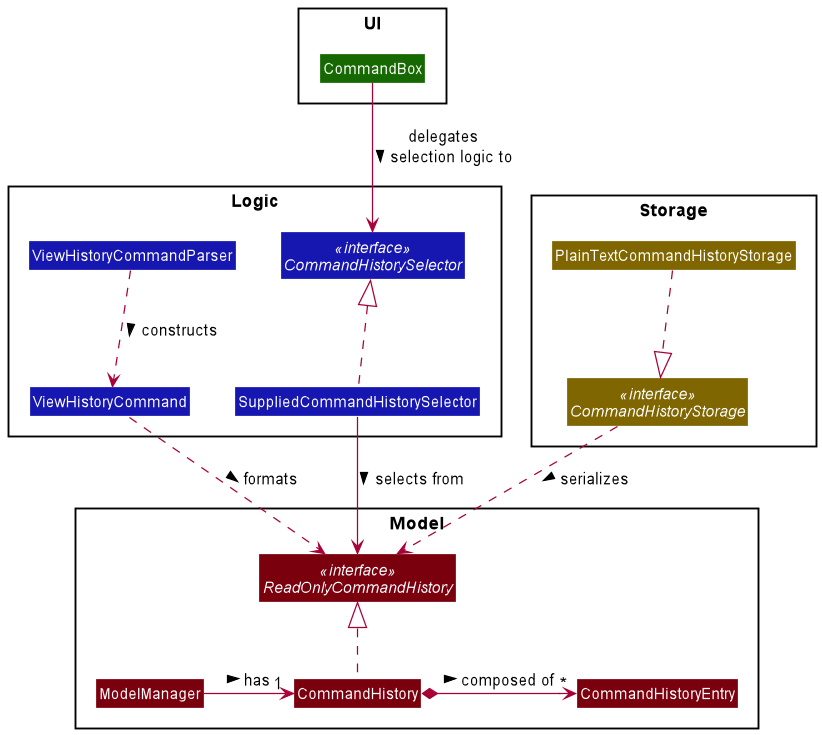
This is docs/images/commandhistory/CmdHistModelClassDiagram.png from nus-cs2103-AY2021S2/tp, a PlantUML export, as it was before one commit.
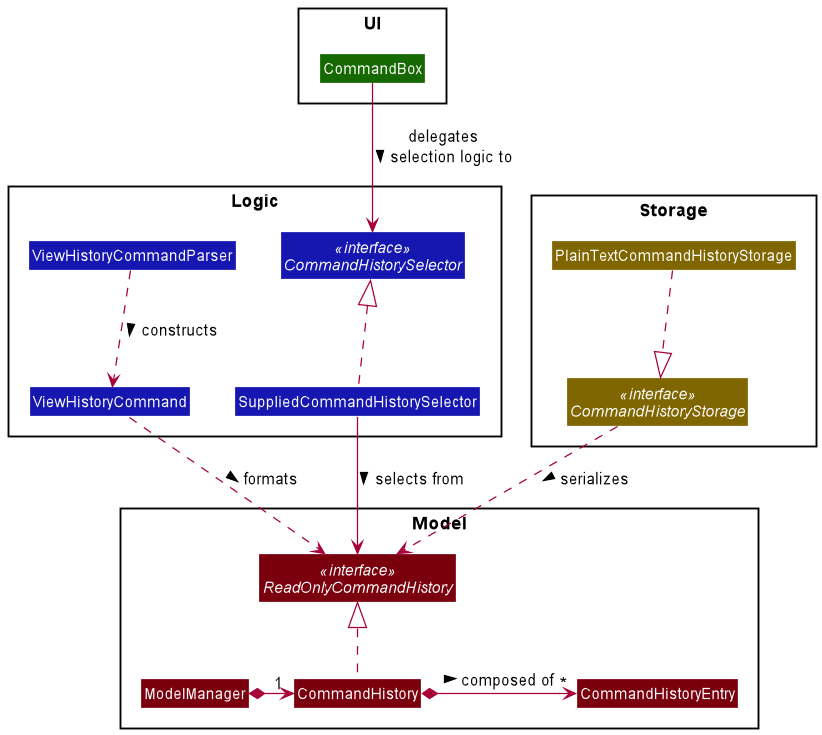
After the commit.

Commit message:
Docs(DG): Fix command history class diagram

What changed in the source:
```diff
@@ -27,7 +27,7 @@
 ReadOnlyCommandHistory <|.. CommandHistory
 CommandBox --> CommandHistorySelector : delegates\nselection logic to >
 CommandHistory *-> "*" CommandHistoryEntry : composed of >
-ModelManager -> "1" CommandHistory : has >
+ModelManager *-> "1" CommandHistory
 ViewHistoryCommand ..> ReadOnlyCommandHistory : formats >
 ViewHistoryCommandParser ..> ViewHistoryCommand : constructs >
 CommandHistoryStorage ..> ReadOnlyCommandHistory : serializes >
```
